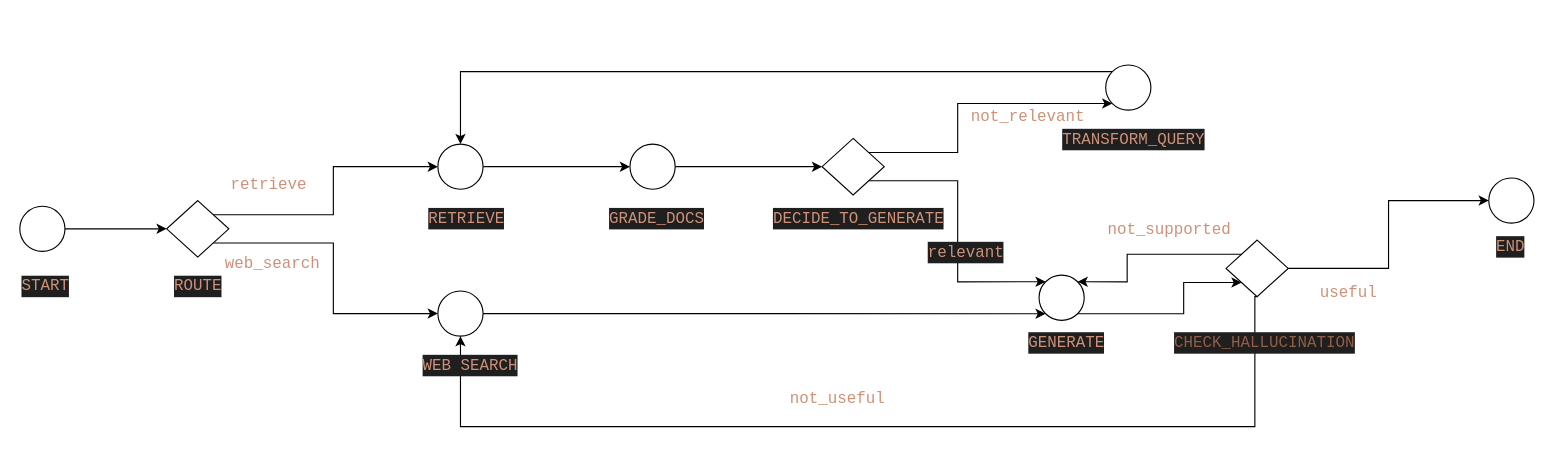
pucagit/RAGAgent keeps this draw.io diagram as workflow.drawio. Above is the earlier version. Source tidied: cells renumbered, new cells numbered last; positions are measured from the earlier drawing's top-left corner, leaving out a move shared by most shapes. Both pictures are drawn from the tidied source at 113%, with x=0, y=0 at pixel (19, 64).
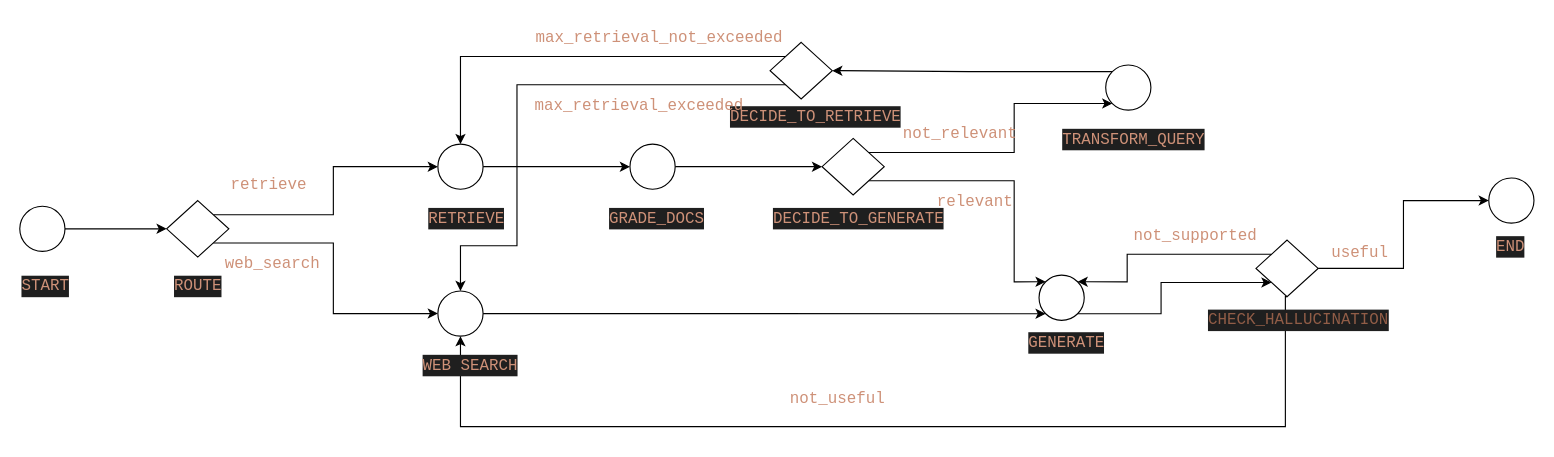
The same diagram, later.

Commit message (it also covers changes not shown here):
Fix workflow and use gemini-2.5-flash to generate answers for better quality

The change refers to these unchanged cells:
```xml
<mxCell id="6" style="ellipse;whiteSpace=wrap;html=1;" parent="1" vertex="1">
  <mxGeometry x="370" y="70" width="40" height="40" as="geometry" />
</mxCell>
<mxCell id="9" style="ellipse;whiteSpace=wrap;html=1;" parent="1" vertex="1">
  <mxGeometry x="370" y="200" width="40" height="40" as="geometry" />
</mxCell>
<mxCell id="11" style="ellipse;whiteSpace=wrap;html=1;" parent="1" vertex="1">
  <mxGeometry x="902" y="186" width="40" height="40" as="geometry" />
</mxCell>
<mxCell id="23" style="rhombus;whiteSpace=wrap;html=1;" parent="1" vertex="1">
  <mxGeometry x="710" y="65" width="55" height="50" as="geometry" />
</mxCell>
<mxCell id="27" style="ellipse;whiteSpace=wrap;html=1;" parent="1" vertex="1">
  <mxGeometry x="961" width="40" height="40" as="geometry" />
</mxCell>
```

Diff of the diagram source:
```diff
@@
     <mxCell id="10" style="edgeStyle=orthogonalEdgeStyle;rounded=0;jettySize=auto;html=1;exitX=1;exitY=1;exitDx=0;exitDy=0;entryX=0;entryY=1;entryDx=0;entryDy=0;" parent="1" edge="1" source="11" target="36">
       <mxGeometry relative="1" as="geometry">
         <Array as="points">
-          <mxPoint x="1030" y="220" />
-          <mxPoint x="1030" y="192" />
+          <mxPoint x="1010" y="220" />
+          <mxPoint x="1010" y="193" />
         </Array>
       </mxGeometry>
     </mxCell>
@@
     <mxCell id="21" style="edgeStyle=orthogonalEdgeStyle;rounded=0;jettySize=auto;html=1;exitX=1;exitY=0;exitDx=0;exitDy=0;entryX=0;entryY=1;entryDx=0;entryDy=0;" parent="1" edge="1" source="23" target="27">
       <mxGeometry relative="1" as="geometry">
         <Array as="points">
-          <mxPoint x="830" y="77" />
-          <mxPoint x="830" y="34" />
+          <mxPoint x="880" y="78" />
+          <mxPoint x="880" y="34" />
         </Array>
       </mxGeometry>
     </mxCell>
     <mxCell id="22" style="edgeStyle=orthogonalEdgeStyle;rounded=0;jettySize=auto;html=1;exitX=1;exitY=1;exitDx=0;exitDy=0;entryX=0;entryY=0;entryDx=0;entryDy=0;" parent="1" edge="1" source="23" target="11">
       <mxGeometry relative="1" as="geometry">
         <Array as="points">
-          <mxPoint x="830" y="103" />
-          <mxPoint x="830" y="192" />
+          <mxPoint x="880" y="103" />
+          <mxPoint x="880" y="192" />
         </Array>
       </mxGeometry>
     </mxCell>
@@
-    <mxCell id="26" style="edgeStyle=orthogonalEdgeStyle;rounded=0;jettySize=auto;html=1;exitX=0;exitY=0;exitDx=0;exitDy=0;entryX=0.5;entryY=0;entryDx=0;entryDy=0;" parent="1" edge="1" source="27" target="6">
-      <mxGeometry relative="1" as="geometry" />
-    </mxCell>
+    <mxCell id="42" style="edgeStyle=orthogonalEdgeStyle;rounded=0;jettySize=auto;html=1;exitX=0;exitY=0;exitDx=0;exitDy=0;entryX=1;entryY=0.5;entryDx=0;entryDy=0;" parent="1" edge="1" source="27" target="45">
+      <mxGeometry relative="1" as="geometry" />
+    </mxCell>
@@
-    <mxCell id="29" value="&lt;div style=&quot;color: rgb(204, 204, 204); background-color: rgb(31, 31, 31); font-family: Consolas, &amp;quot;Courier New&amp;quot;, monospace; font-weight: normal; font-size: 14px; line-height: 19px; white-space: pre;&quot;&gt;&lt;div&gt;&lt;span style=&quot;color: rgb(206, 145, 120);&quot;&gt;relevant&lt;/span&gt;&lt;/div&gt;&lt;/div&gt;" style="text;whiteSpace=wrap;html=1;" parent="1" vertex="1">
-      <mxGeometry x="802" y="150" width="68" height="40" as="geometry" />
-    </mxCell>
     <mxCell id="30" value="&lt;div style=&quot;font-family: Consolas, &amp;quot;Courier New&amp;quot;, monospace; font-weight: normal; font-size: 14px; line-height: 19px; white-space: pre;&quot;&gt;&lt;div style=&quot;&quot;&gt;&lt;span&gt;&lt;font style=&quot;color: light-dark(rgb(206, 145, 120), rgb(255, 255, 255));&quot;&gt;not_relevant&lt;/font&gt;&lt;/span&gt;&lt;/div&gt;&lt;/div&gt;" style="text;whiteSpace=wrap;html=1;" parent="1" vertex="1">
-      <mxGeometry x="840" y="30" width="100" height="40" as="geometry" />
+      <mxGeometry x="780" y="45" width="100" height="40" as="geometry" />
     </mxCell>
@@
     <mxCell id="33" style="edgeStyle=orthogonalEdgeStyle;rounded=0;jettySize=auto;html=1;exitX=0.5;exitY=1;exitDx=0;exitDy=0;entryX=0.5;entryY=1;entryDx=0;entryDy=0;" parent="1" edge="1" source="36" target="9">
       <mxGeometry relative="1" as="geometry">
         <Array as="points">
-          <mxPoint x="1093" y="320" />
+          <mxPoint x="1120" y="205" />
+          <mxPoint x="1120" y="320" />
           <mxPoint x="390" y="320" />
         </Array>
       </mxGeometry>
     </mxCell>
@@
     <mxCell id="36" style="rhombus;whiteSpace=wrap;html=1;" parent="1" vertex="1">
-      <mxGeometry x="1067.5" y="155" width="55" height="50" as="geometry" />
+      <mxGeometry x="1094" y="155" width="55" height="50" as="geometry" />
     </mxCell>
@@
     <mxCell id="38" value="&lt;div style=&quot;font-family: Consolas, &amp;quot;Courier New&amp;quot;, monospace; font-weight: normal; font-size: 14px; line-height: 19px; white-space: pre;&quot;&gt;&lt;div style=&quot;&quot;&gt;&lt;span&gt;&lt;font style=&quot;color: light-dark(rgb(206, 145, 120), rgb(255, 237, 237));&quot;&gt;not_supported&lt;/font&gt;&lt;/span&gt;&lt;/div&gt;&lt;/div&gt;" style="text;whiteSpace=wrap;html=1;" parent="1" vertex="1">
-      <mxGeometry x="961" y="130" width="110" height="45" as="geometry" />
+      <mxGeometry x="984" y="135" width="110" height="45" as="geometry" />
     </mxCell>
     <mxCell id="39" value="&lt;div style=&quot;font-family: Consolas, &amp;quot;Courier New&amp;quot;, monospace; font-weight: normal; font-size: 14px; line-height: 19px; white-space: pre;&quot;&gt;&lt;div style=&quot;&quot;&gt;&lt;span&gt;&lt;font style=&quot;color: light-dark(rgb(206, 145, 120), rgb(255, 255, 255));&quot;&gt;useful&lt;/font&gt;&lt;/span&gt;&lt;/div&gt;&lt;/div&gt;" style="text;whiteSpace=wrap;html=1;" parent="1" vertex="1">
-      <mxGeometry x="1149" y="186" width="51" height="34" as="geometry" />
+      <mxGeometry x="1159" y="150" width="51" height="34" as="geometry" />
     </mxCell>
     <mxCell id="40" value="&lt;div style=&quot;background-color: rgb(31, 31, 31); font-family: Consolas, &amp;quot;Courier New&amp;quot;, monospace; font-weight: normal; font-size: 14px; line-height: 19px; white-space: pre; color: rgb(204, 204, 204);&quot;&gt;&lt;font color=&quot;#915d47&quot;&gt;CHECK_HALLUCINATION&lt;/font&gt;&lt;/div&gt;" style="text;whiteSpace=wrap;html=1;" parent="1" vertex="1">
-      <mxGeometry x="1020" y="230" width="150" height="40" as="geometry" />
+      <mxGeometry x="1050" y="210" width="150" height="40" as="geometry" />
     </mxCell>
@@
+    <mxCell id="43" style="edgeStyle=orthogonalEdgeStyle;rounded=0;jettySize=auto;html=1;exitX=0;exitY=0;exitDx=0;exitDy=0;entryX=0.5;entryY=0;entryDx=0;entryDy=0;" parent="1" edge="1" source="45" target="6">
+      <mxGeometry relative="1" as="geometry" />
+    </mxCell>
+    <mxCell id="44" style="edgeStyle=orthogonalEdgeStyle;rounded=0;jettySize=auto;html=1;exitX=0;exitY=1;exitDx=0;exitDy=0;entryX=0.5;entryY=0;entryDx=0;entryDy=0;" parent="1" edge="1" source="45" target="9">
+      <mxGeometry relative="1" as="geometry">
+        <Array as="points">
+          <mxPoint x="440" y="18" />
+          <mxPoint x="440" y="160" />
+          <mxPoint x="390" y="160" />
+        </Array>
+      </mxGeometry>
+    </mxCell>
+    <mxCell id="45" style="rhombus;whiteSpace=wrap;html=1;" parent="1" vertex="1">
+      <mxGeometry x="664" y="-20" width="55" height="50" as="geometry" />
+    </mxCell>
+    <mxCell id="29" value="&lt;div style=&quot;font-family: Consolas, &amp;quot;Courier New&amp;quot;, monospace; font-weight: normal; font-size: 14px; line-height: 19px; white-space: pre;&quot;&gt;&lt;div style=&quot;&quot;&gt;&lt;span&gt;&lt;font style=&quot;color: light-dark(rgb(206, 145, 120), rgb(255, 255, 255));&quot;&gt;relevant&lt;/font&gt;&lt;/span&gt;&lt;/div&gt;&lt;/div&gt;" style="text;whiteSpace=wrap;html=1;" parent="1" vertex="1">
+      <mxGeometry x="810" y="105" width="70" height="40" as="geometry" />
+    </mxCell>
+    <mxCell id="46" value="&lt;div style=&quot;color: rgb(204, 204, 204); background-color: rgb(31, 31, 31); font-family: Consolas, &amp;quot;Courier New&amp;quot;, monospace; font-weight: normal; font-size: 14px; line-height: 19px; white-space: pre;&quot;&gt;&lt;div&gt;&lt;span style=&quot;color: rgb(206, 145, 120);&quot;&gt;DECIDE_TO_RETRIEVE&lt;/span&gt;&lt;/div&gt;&lt;/div&gt;" style="text;whiteSpace=wrap;html=1;" parent="1" vertex="1">
+      <mxGeometry x="627" y="30" width="145" height="20" as="geometry" />
+    </mxCell>
+    <mxCell id="47" value="&lt;div style=&quot;font-family: Consolas, &amp;quot;Courier New&amp;quot;, monospace; font-weight: normal; font-size: 14px; line-height: 19px; white-space: pre;&quot;&gt;&lt;div style=&quot;&quot;&gt;&lt;span&gt;&lt;font style=&quot;color: light-dark(rgb(206, 145, 120), rgb(255, 255, 255));&quot;&gt;max_retrieval_not_exceeded&lt;/font&gt;&lt;/span&gt;&lt;/div&gt;&lt;/div&gt;" style="text;whiteSpace=wrap;html=1;" parent="1" vertex="1">
+      <mxGeometry x="455" y="-40" width="210" height="40" as="geometry" />
+    </mxCell>
+    <mxCell id="48" value="&lt;div style=&quot;font-family: Consolas, &amp;quot;Courier New&amp;quot;, monospace; font-weight: normal; font-size: 14px; line-height: 19px; white-space: pre;&quot;&gt;&lt;div style=&quot;&quot;&gt;&lt;span&gt;&lt;font style=&quot;color: light-dark(rgb(206, 145, 120), rgb(255, 255, 255));&quot;&gt;max_retrieval_exceeded&lt;/font&gt;&lt;/span&gt;&lt;/div&gt;&lt;/div&gt;" style="text;whiteSpace=wrap;html=1;" parent="1" vertex="1">
+      <mxGeometry x="454" y="20" width="210" height="40" as="geometry" />
+    </mxCell>
```
